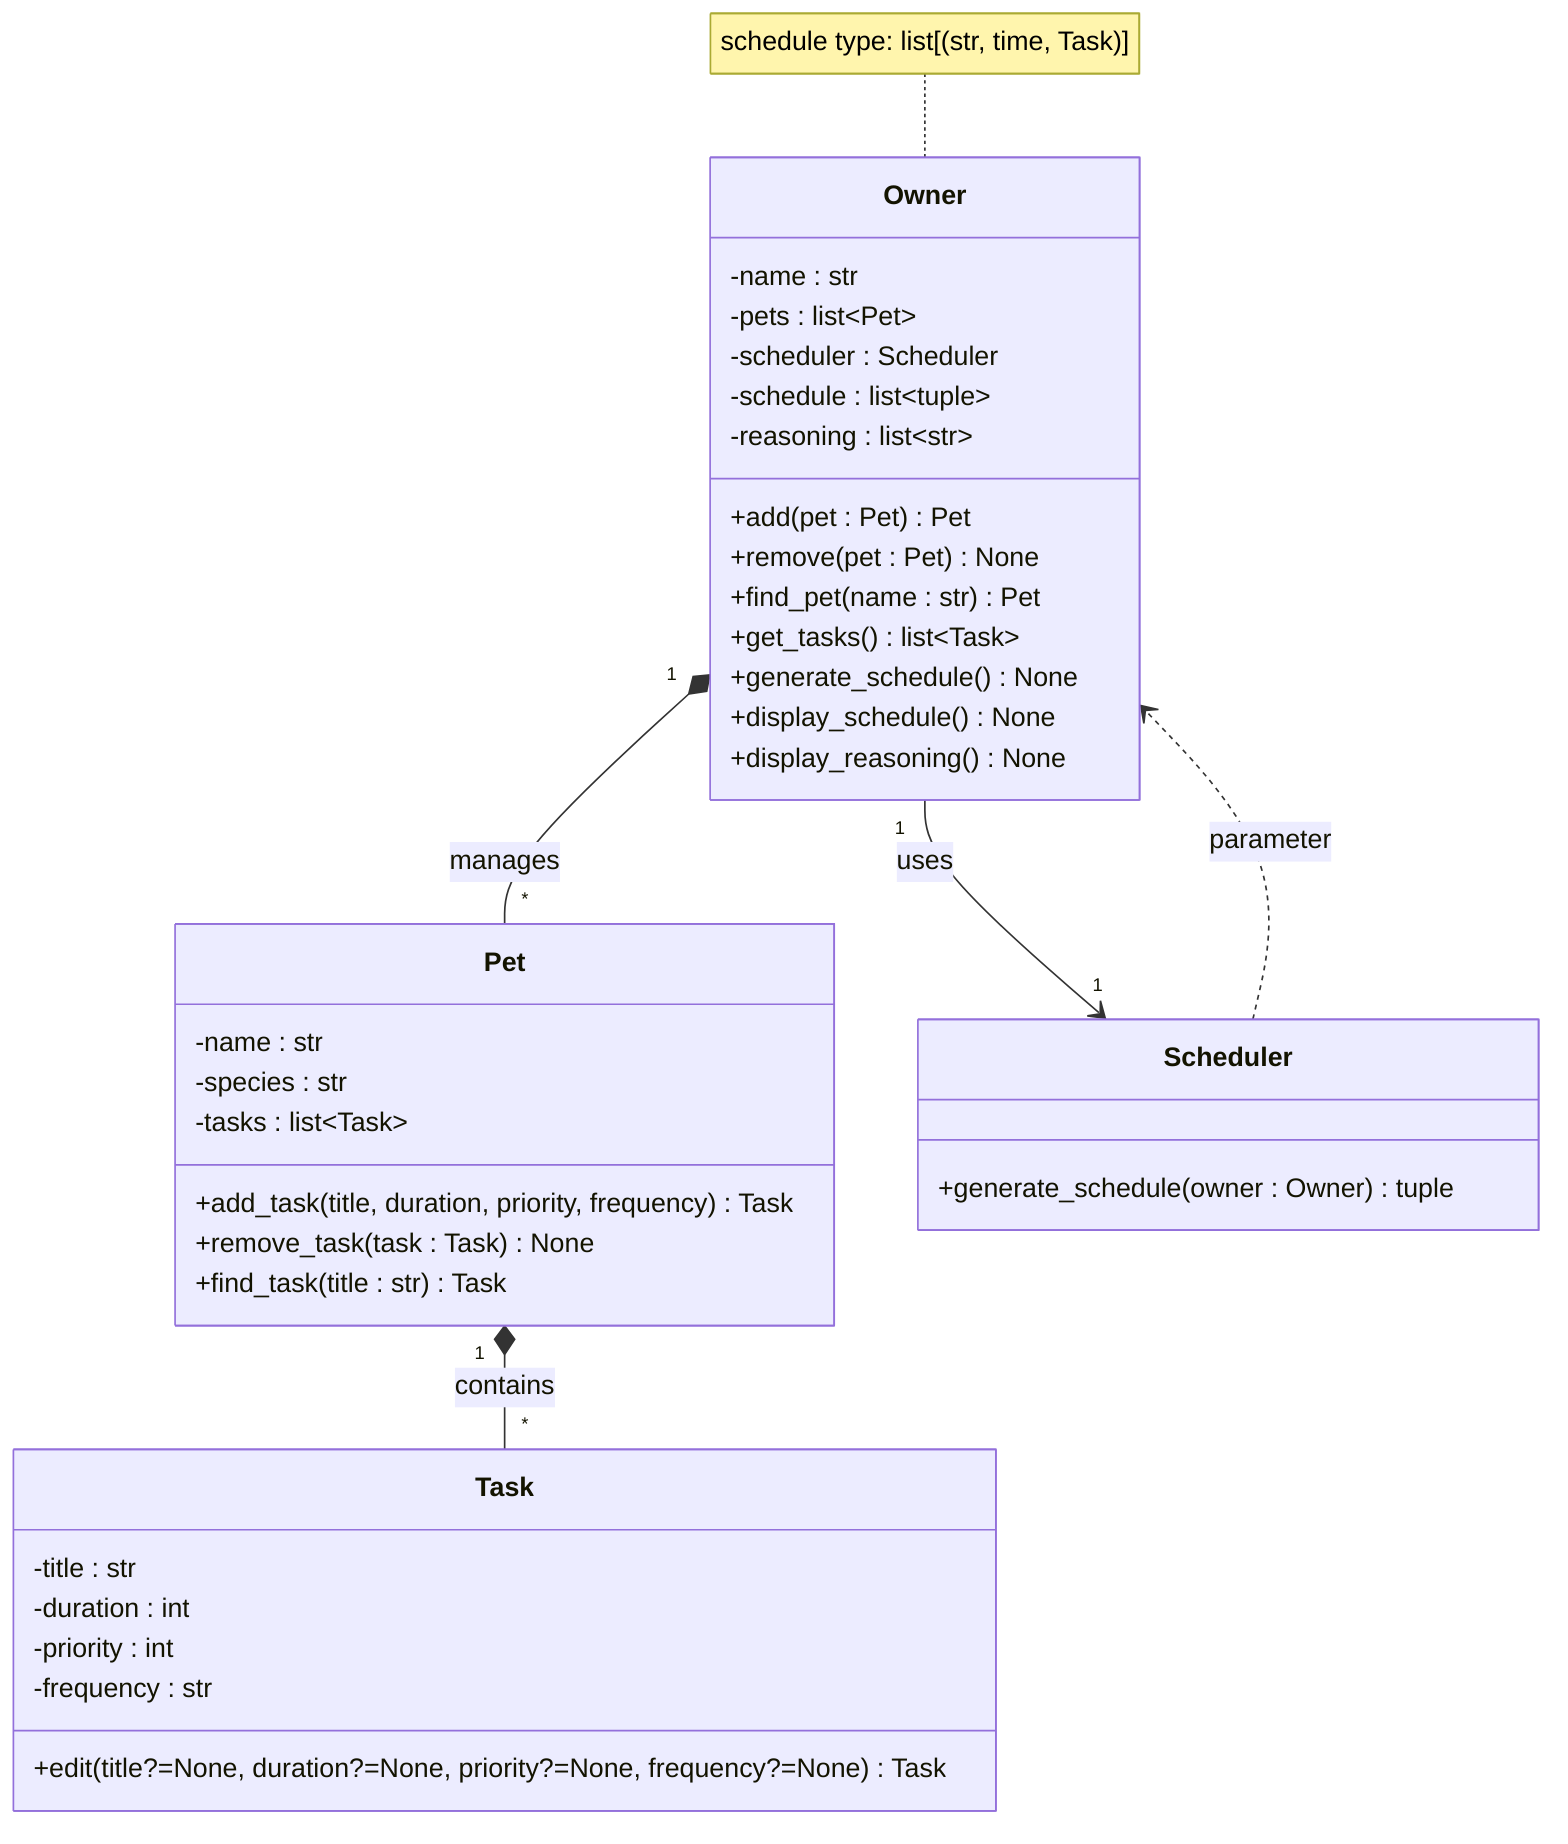
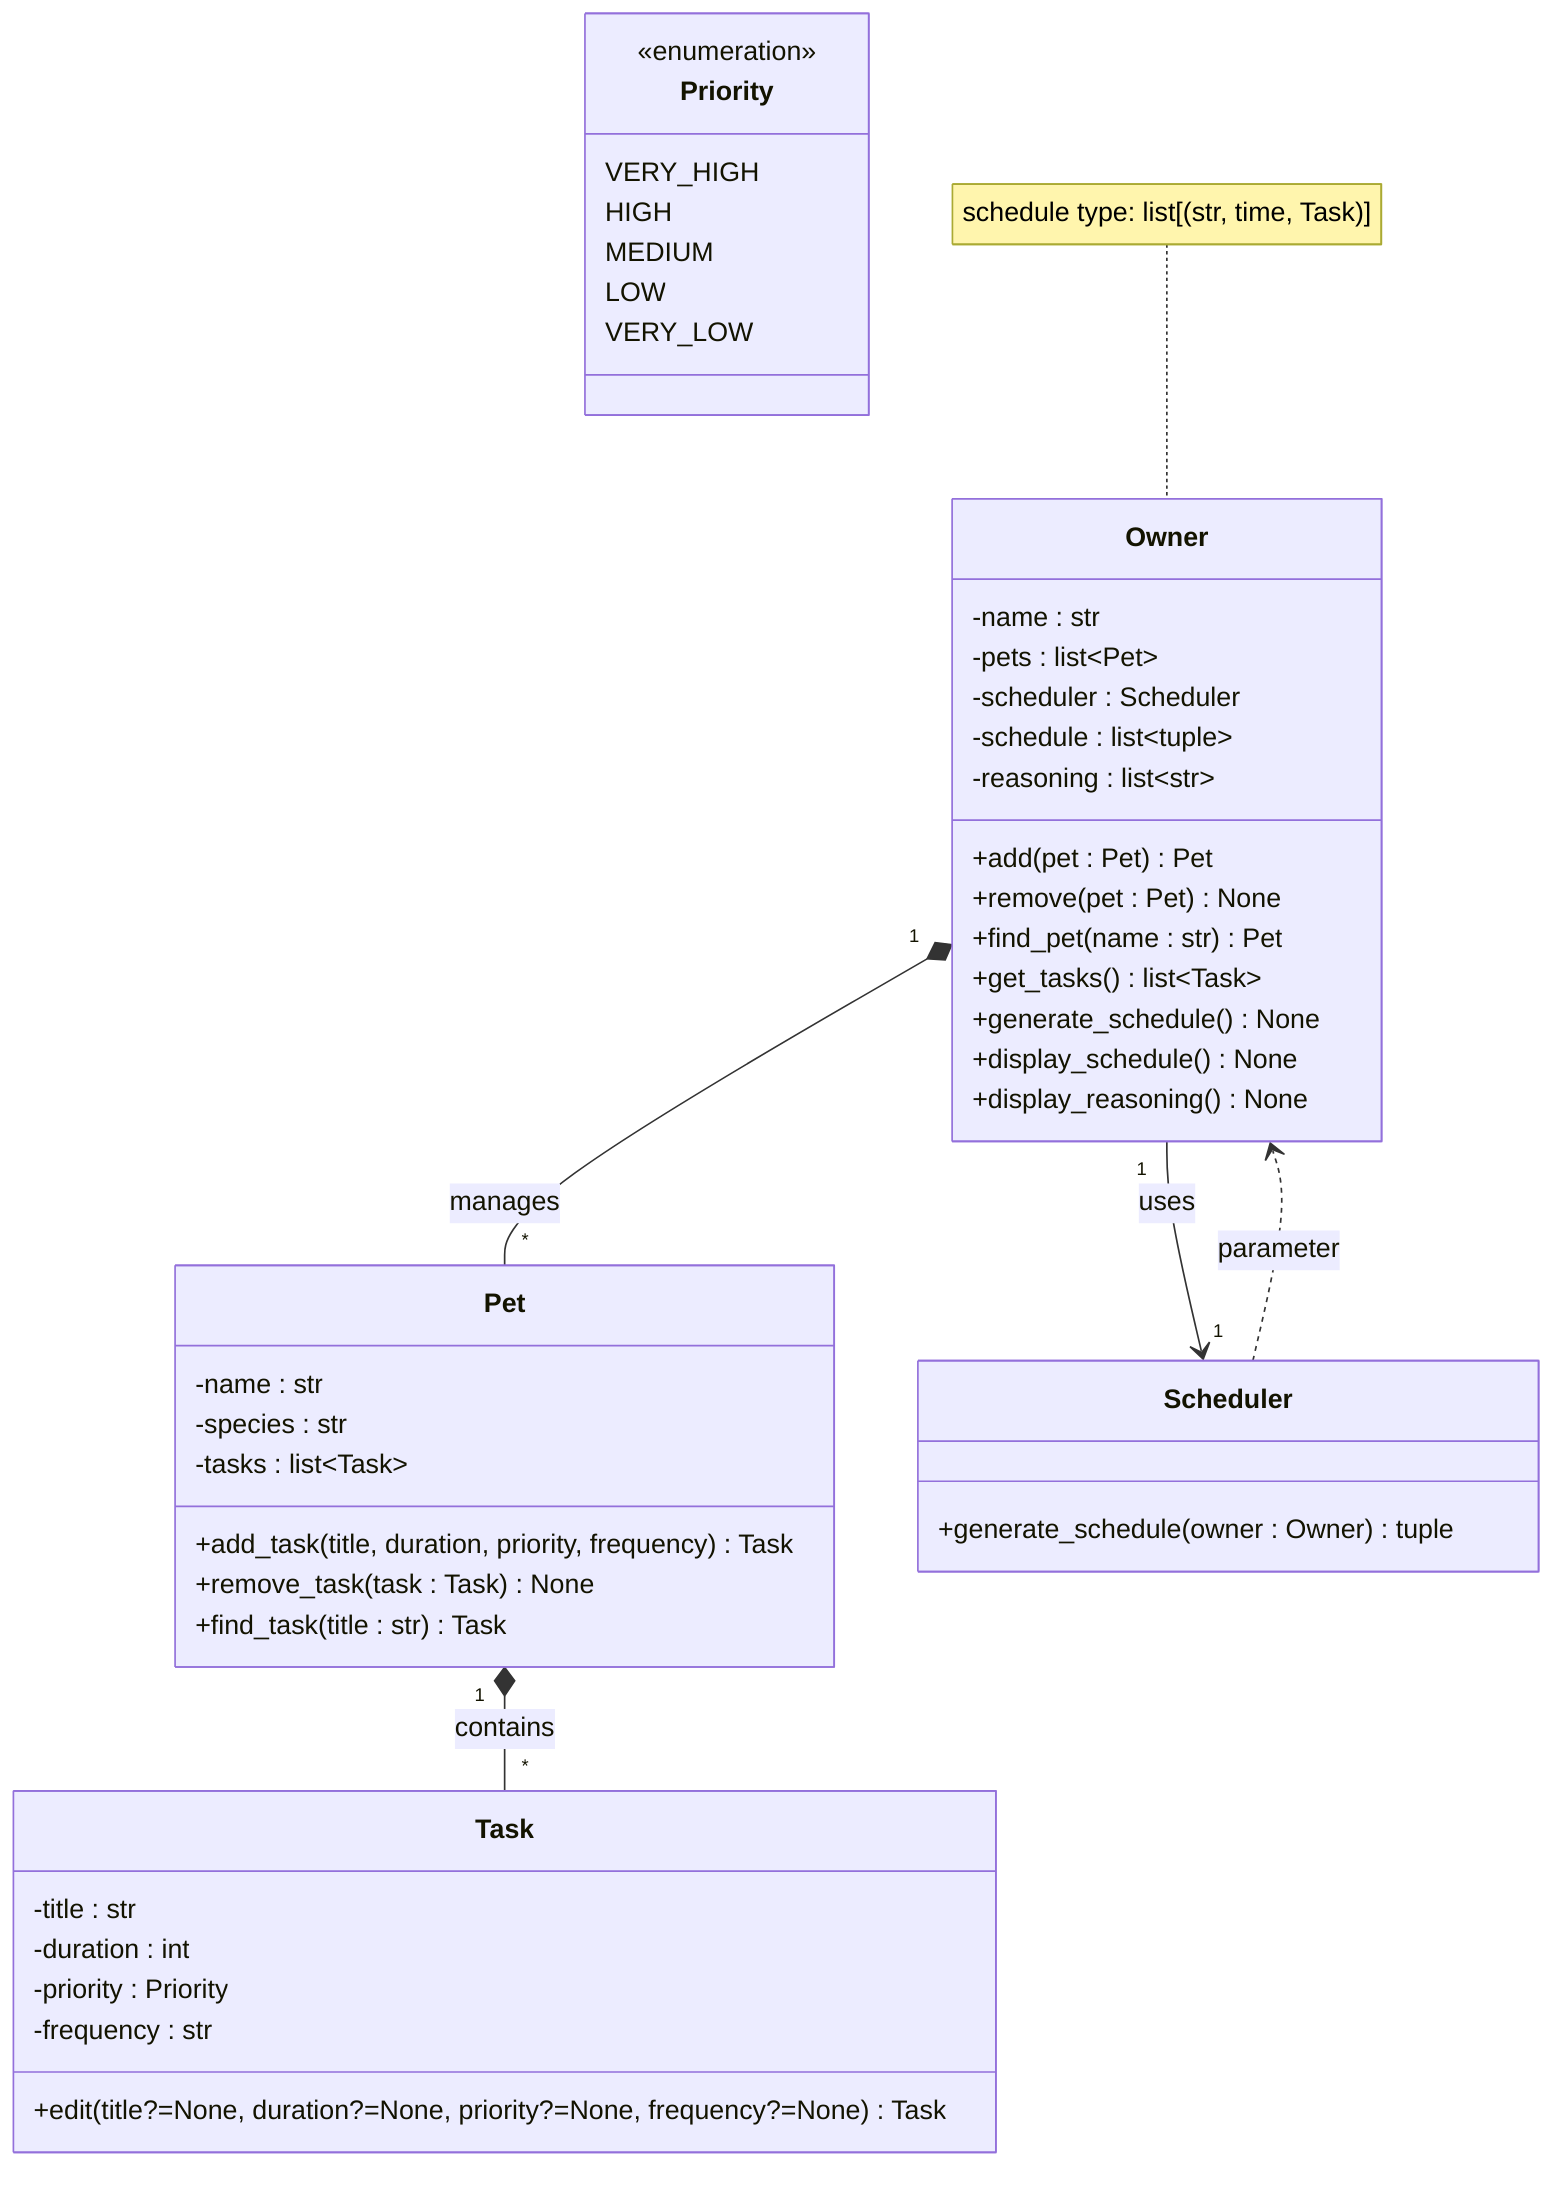
classDiagram
+     class Priority {
+         <<enumeration>>
+         VERY_HIGH
+         HIGH
+         MEDIUM
+         LOW
+         VERY_LOW
+     }
+ 
    class Owner {
        -name : str
        -pets : list~Pet~
        -scheduler : Scheduler
        -schedule : list~tuple~
        -reasoning : list~str~
        +add(pet : Pet) Pet
        +remove(pet : Pet) None
        +find_pet(name : str) Pet
        +get_tasks() list~Task~
        +generate_schedule() None
        +display_schedule() None
        +display_reasoning() None
    }

    class Pet {
        -name : str
        -species : str
        -tasks : list~Task~
        +add_task(title, duration, priority, frequency) Task
        +remove_task(task : Task) None
        +find_task(title : str) Task
    }

    class Task {
        -title : str
        -duration : int
-         -priority : int
+         -priority : Priority
        -frequency : str
        +edit(title?=None, duration?=None, priority?=None, frequency?=None) Task
    }

    class Scheduler {
        +generate_schedule(owner : Owner) tuple
    }

    note for Owner "schedule type: list[(str, time, Task)]"

    Owner "1" *-- "*" Pet : manages
    Pet "1" *-- "*" Task : contains
    Owner "1" --> "1" Scheduler : uses
    Scheduler ..> Owner : parameter
